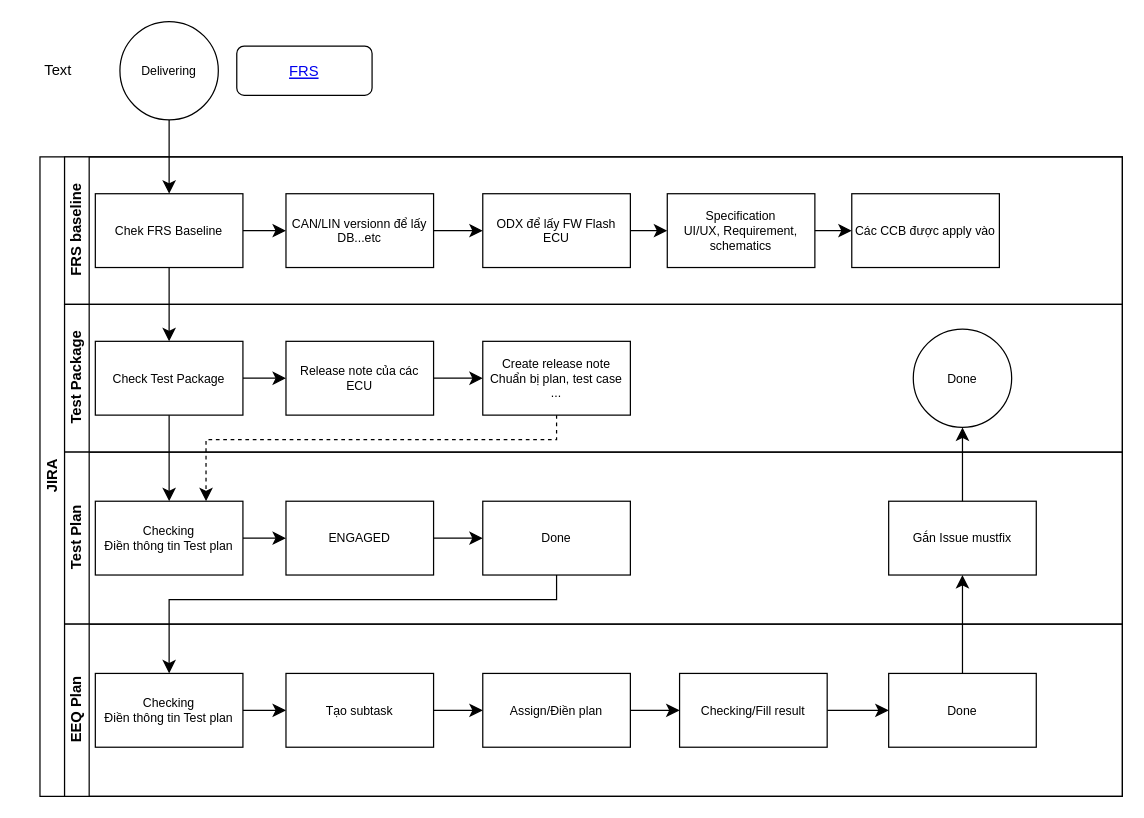
Before: Biểu đồ không có tiêu đề.drawio in athanhoang/viindoo_accademy, a draw.io diagram. Source tidied: cells renumbered, new cells numbered last; positions are measured from the earlier drawing's top-left corner, leaving out a move shared by most shapes. Both pictures are drawn from the tidied source at 123%, with x=0, y=0 at pixel (21, 21).
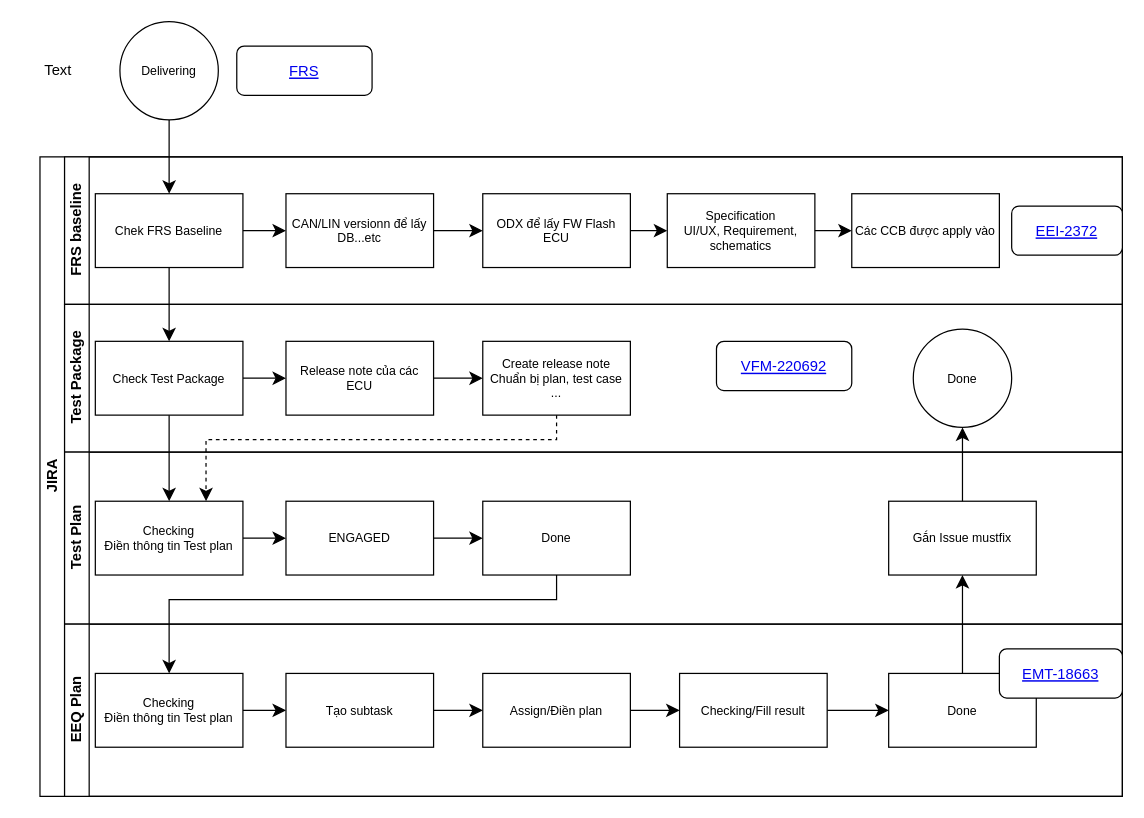
The same diagram, later.

Commit message:
Cập nhật Biểu đồ không có tiêu đề.drawio

Unchanged cells that the change refers to:
```xml
<mxCell id="3" value="FRS baseline" style="swimlane;html=1;startSize=20;horizontal=0;" parent="2" vertex="1">
  <mxGeometry x="20" width="860" height="120" as="geometry" />
</mxCell>
<mxCell id="11" value="Test Package" style="swimlane;html=1;startSize=20;horizontal=0;" parent="2" vertex="1">
  <mxGeometry x="20" y="120" width="860" height="120" as="geometry" />
</mxCell>
<mxCell id="28" value="EEQ Plan" style="swimlane;html=1;startSize=20;horizontal=0;" parent="2" vertex="1">
  <mxGeometry x="20" y="380" width="860" height="140" as="geometry" />
</mxCell>
```

The edit, as a diff of the source:
```diff
@@
+    <mxCell id="47" value="EEI-2372" style="fontColor=#0000EE;fontStyle=4;rounded=1;overflow=hidden;spacing=10;" parent="3" vertex="1">
+      <mxGeometry x="770" y="40" width="90" height="40" as="geometry" />
+    </mxCell>
@@
+    <mxCell id="48" value="VFM-220692" style="fontColor=#0000EE;fontStyle=4;rounded=1;overflow=hidden;spacing=10;" parent="11" vertex="1">
+      <mxGeometry x="530" y="30" width="110" height="40" as="geometry" />
+    </mxCell>
@@
+    <mxCell id="49" value="EMT-18663" style="fontColor=#0000EE;fontStyle=4;rounded=1;overflow=hidden;spacing=10;" parent="28" vertex="1">
+      <mxGeometry x="760" y="20" width="100" height="40" as="geometry" />
+    </mxCell>
```
